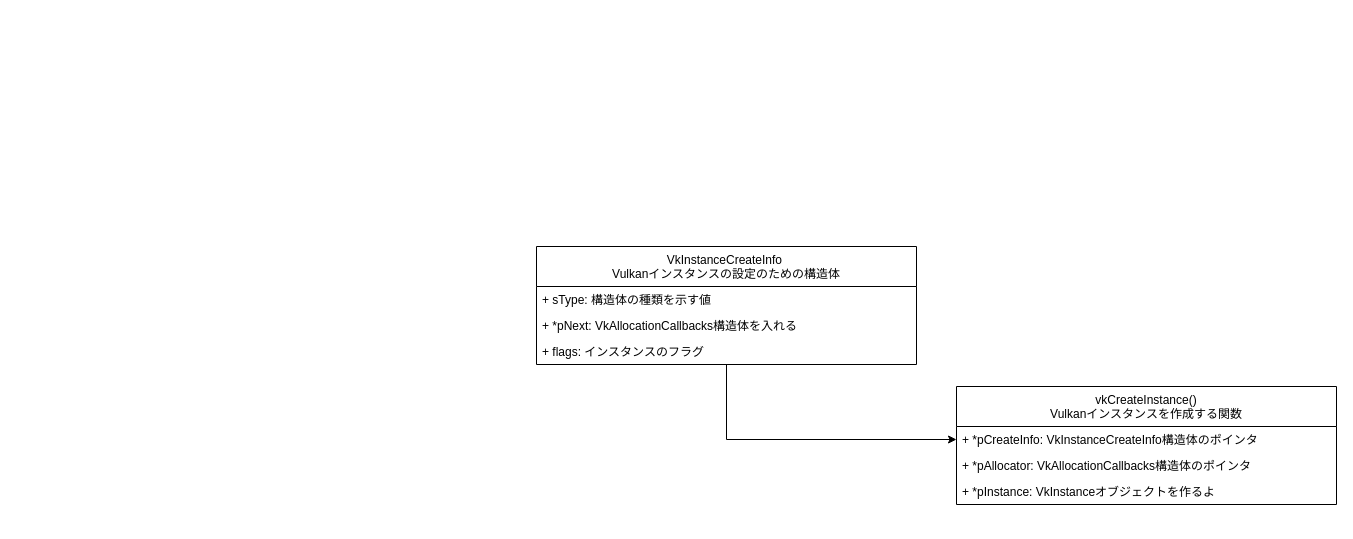
The draw.io diagram vulkan_render.drawio in snamas/vulkan_relation, before the edit. Source tidied: cells renumbered, new cells numbered last; positions are measured from the earlier drawing's top-left corner, leaving out a move shared by most shapes. Both pictures are drawn from the tidied source at 100%, with x=0, y=0 at pixel (536, 246).
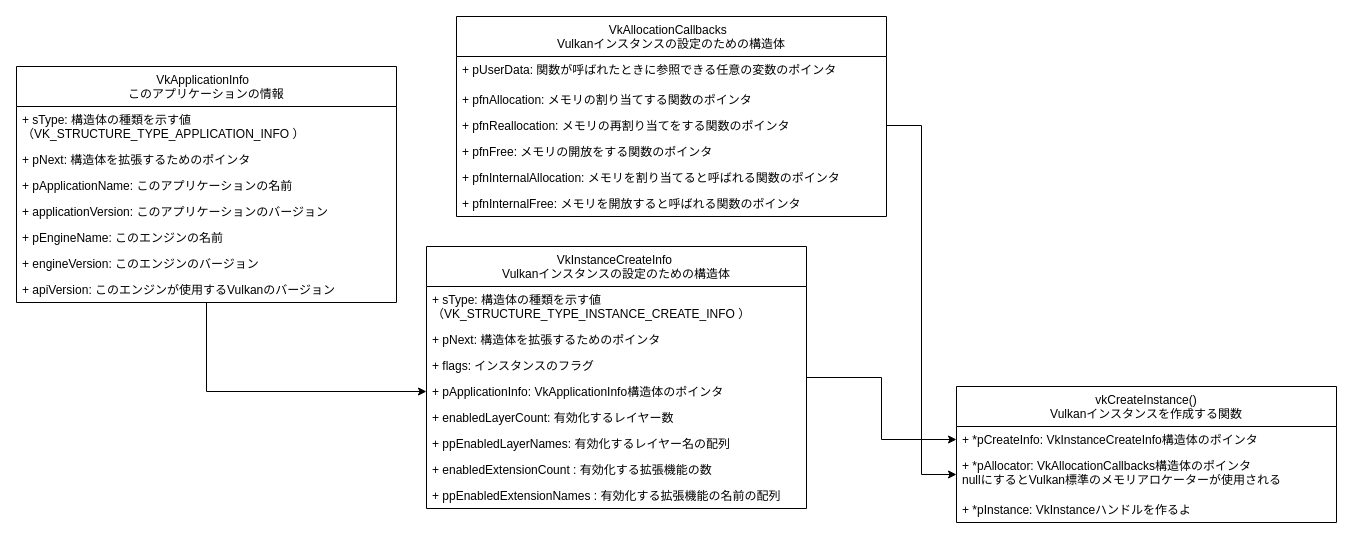
Above is the later version.

The edit, as a diff of the source:
```diff
@@
     <mxCell id="2" value="vkCreateInstance()&#10;Vulkanインスタンスを作成する関数" style="swimlane;fontStyle=0;horizontal=1;startSize=40;fillColor=none;" parent="1" vertex="1">
-      <mxGeometry x="420" y="140" width="380" height="118" as="geometry" />
+      <mxGeometry x="420" y="140" width="380" height="136" as="geometry" />
     </mxCell>
@@
-    <mxCell id="4" value="+ *pAllocator: VkAllocationCallbacks構造体のポインタ" style="text;strokeColor=none;fillColor=none;align=left;verticalAlign=top;spacingLeft=4;spacingRight=4;overflow=hidden;points=[[0,0.5],[1,0.5]];portConstraint=eastwest;" parent="2" vertex="1">
-      <mxGeometry y="66" width="380" height="26" as="geometry" />
+    <mxCell id="4" value="+ *pAllocator: VkAllocationCallbacks構造体のポインタ&#10;nullにするとVulkan標準のメモリアロケーターが使用される" style="text;strokeColor=none;fillColor=none;align=left;verticalAlign=top;spacingLeft=4;spacingRight=4;overflow=hidden;points=[[0,0.5],[1,0.5]];portConstraint=eastwest;" parent="2" vertex="1">
+      <mxGeometry y="66" width="380" height="44" as="geometry" />
     </mxCell>
-    <mxCell id="5" value="+ *pInstance: VkInstanceオブジェクトを作るよ" style="text;strokeColor=none;fillColor=none;align=left;verticalAlign=top;spacingLeft=4;spacingRight=4;overflow=hidden;" parent="2" vertex="1">
-      <mxGeometry y="92" width="380" height="26" as="geometry" />
+    <mxCell id="5" value="+ *pInstance: VkInstanceハンドルを作るよ" style="text;strokeColor=none;fillColor=none;align=left;verticalAlign=top;spacingLeft=4;spacingRight=4;overflow=hidden;" parent="2" vertex="1">
+      <mxGeometry y="110" width="380" height="26" as="geometry" />
     </mxCell>
@@
     <mxCell id="7" value="VkInstanceCreateInfo &#10;Vulkanインスタンスの設定のための構造体" style="swimlane;fontStyle=0;horizontal=1;startSize=40;fillColor=none;" parent="1" vertex="1">
-      <mxGeometry width="380" height="118" as="geometry" />
+      <mxGeometry x="-110" width="380" height="262" as="geometry" />
     </mxCell>
-    <mxCell id="8" value="+ sType: 構造体の種類を示す値" style="text;strokeColor=none;fillColor=none;align=left;verticalAlign=top;spacingLeft=4;spacingRight=4;overflow=hidden;" parent="7" vertex="1">
-      <mxGeometry y="40" width="380" height="26" as="geometry" />
+    <mxCell id="8" value="+ sType: 構造体の種類を示す値&#10;（VK_STRUCTURE_TYPE_INSTANCE_CREATE_INFO ）" style="text;strokeColor=none;fillColor=none;align=left;verticalAlign=top;spacingLeft=4;spacingRight=4;overflow=hidden;" parent="7" vertex="1">
+      <mxGeometry y="40" width="380" height="40" as="geometry" />
     </mxCell>
-    <mxCell id="9" value="+ *pNext: VkAllocationCallbacks構造体を入れる" style="text;strokeColor=none;fillColor=none;align=left;verticalAlign=top;spacingLeft=4;spacingRight=4;overflow=hidden;" parent="7" vertex="1">
-      <mxGeometry y="66" width="380" height="26" as="geometry" />
+    <mxCell id="9" value="+ pNext: 構造体を拡張するためのポインタ" style="text;strokeColor=none;fillColor=none;align=left;verticalAlign=top;spacingLeft=4;spacingRight=4;overflow=hidden;" parent="7" vertex="1">
+      <mxGeometry y="80" width="380" height="26" as="geometry" />
     </mxCell>
+    <mxCell id="11" value="+ flags: インスタンスのフラグ" style="text;strokeColor=none;fillColor=none;align=left;verticalAlign=top;spacingLeft=4;spacingRight=4;overflow=hidden;" parent="7" vertex="1">
+      <mxGeometry y="106" width="380" height="26" as="geometry" />
+    </mxCell>
+    <mxCell id="12" value="+ pApplicationInfo: VkApplicationInfo構造体のポインタ" style="text;strokeColor=none;fillColor=none;align=left;verticalAlign=top;spacingLeft=4;spacingRight=4;overflow=hidden;points=[[0,0.5],[1,0.5]];portConstraint=eastwest;" parent="7" vertex="1">
+      <mxGeometry y="132" width="380" height="26" as="geometry" />
+    </mxCell>
+    <mxCell id="13" value="+ enabledLayerCount: 有効化するレイヤー数" style="text;strokeColor=none;fillColor=none;align=left;verticalAlign=top;spacingLeft=4;spacingRight=4;overflow=hidden;" parent="7" vertex="1">
+      <mxGeometry y="158" width="380" height="26" as="geometry" />
+    </mxCell>
+    <mxCell id="14" value="+ ppEnabledLayerNames: 有効化するレイヤー名の配列" style="text;strokeColor=none;fillColor=none;align=left;verticalAlign=top;spacingLeft=4;spacingRight=4;overflow=hidden;" parent="7" vertex="1">
+      <mxGeometry y="184" width="380" height="26" as="geometry" />
+    </mxCell>
-    <mxCell id="10" value="+ flags: インスタンスのフラグ" style="text;strokeColor=none;fillColor=none;align=left;verticalAlign=top;spacingLeft=4;spacingRight=4;overflow=hidden;" parent="7" vertex="1">
-      <mxGeometry y="92" width="380" height="26" as="geometry" />
+    <mxCell id="10" value="+ enabledExtensionCount : 有効化する拡張機能の数" style="text;strokeColor=none;fillColor=none;align=left;verticalAlign=top;spacingLeft=4;spacingRight=4;overflow=hidden;" parent="7" vertex="1">
+      <mxGeometry y="210" width="380" height="26" as="geometry" />
     </mxCell>
+    <mxCell id="15" value="+ ppEnabledExtensionNames : 有効化する拡張機能の名前の配列" style="text;strokeColor=none;fillColor=none;align=left;verticalAlign=top;spacingLeft=4;spacingRight=4;overflow=hidden;" parent="7" vertex="1">
+      <mxGeometry y="236" width="380" height="26" as="geometry" />
+    </mxCell>
+    <mxCell id="16" style="edgeStyle=orthogonalEdgeStyle;rounded=0;jettySize=auto;html=1;" parent="1" edge="1" source="17" target="12">
+      <mxGeometry relative="1" as="geometry" />
+    </mxCell>
+    <mxCell id="17" value="VkApplicationInfo  &#10;このアプリケーションの情報" style="swimlane;fontStyle=0;horizontal=1;startSize=40;fillColor=none;" parent="1" vertex="1">
+      <mxGeometry x="-520" y="-180" width="380" height="236" as="geometry" />
+    </mxCell>
+    <mxCell id="18" value="+ sType: 構造体の種類を示す値&#10;（VK_STRUCTURE_TYPE_APPLICATION_INFO ）" style="text;strokeColor=none;fillColor=none;align=left;verticalAlign=top;spacingLeft=4;spacingRight=4;overflow=hidden;" parent="17" vertex="1">
+      <mxGeometry y="40" width="380" height="40" as="geometry" />
+    </mxCell>
+    <mxCell id="19" value="+ pNext: 構造体を拡張するためのポインタ" style="text;strokeColor=none;fillColor=none;align=left;verticalAlign=top;spacingLeft=4;spacingRight=4;overflow=hidden;" parent="17" vertex="1">
+      <mxGeometry y="80" width="380" height="26" as="geometry" />
+    </mxCell>
+    <mxCell id="20" value="+ pApplicationName: このアプリケーションの名前" style="text;strokeColor=none;fillColor=none;align=left;verticalAlign=top;spacingLeft=4;spacingRight=4;overflow=hidden;" parent="17" vertex="1">
+      <mxGeometry y="106" width="380" height="26" as="geometry" />
+    </mxCell>
+    <mxCell id="21" value="+ applicationVersion: このアプリケーションのバージョン" style="text;strokeColor=none;fillColor=none;align=left;verticalAlign=top;spacingLeft=4;spacingRight=4;overflow=hidden;" parent="17" vertex="1">
+      <mxGeometry y="132" width="380" height="26" as="geometry" />
+    </mxCell>
+    <mxCell id="22" value="+ pEngineName: このエンジンの名前" style="text;strokeColor=none;fillColor=none;align=left;verticalAlign=top;spacingLeft=4;spacingRight=4;overflow=hidden;" parent="17" vertex="1">
+      <mxGeometry y="158" width="380" height="26" as="geometry" />
+    </mxCell>
+    <mxCell id="23" value="+ engineVersion: このエンジンのバージョン" style="text;strokeColor=none;fillColor=none;align=left;verticalAlign=top;spacingLeft=4;spacingRight=4;overflow=hidden;" parent="17" vertex="1">
+      <mxGeometry y="184" width="380" height="26" as="geometry" />
+    </mxCell>
+    <mxCell id="24" value="+ apiVersion: このエンジンが使用するVulkanのバージョン" style="text;strokeColor=none;fillColor=none;align=left;verticalAlign=top;spacingLeft=4;spacingRight=4;overflow=hidden;" parent="17" vertex="1">
+      <mxGeometry y="210" width="380" height="26" as="geometry" />
+    </mxCell>
+    <mxCell id="25" value="VkAllocationCallbacks  &#10;Vulkanインスタンスの設定のための構造体" style="swimlane;fontStyle=0;horizontal=1;startSize=40;fillColor=none;" parent="1" vertex="1">
+      <mxGeometry x="-80" y="-230" width="430" height="200" as="geometry" />
+    </mxCell>
+    <mxCell id="26" value="+ pUserData: 関数が呼ばれたときに参照できる任意の変数のポインタ" style="text;strokeColor=none;fillColor=none;align=left;verticalAlign=top;spacingLeft=4;spacingRight=4;overflow=hidden;" parent="25" vertex="1">
+      <mxGeometry y="40" width="430" height="30" as="geometry" />
+    </mxCell>
+    <mxCell id="27" value="+ pfnAllocation: メモリの割り当てする関数のポインタ" style="text;strokeColor=none;fillColor=none;align=left;verticalAlign=top;spacingLeft=4;spacingRight=4;overflow=hidden;" parent="25" vertex="1">
+      <mxGeometry y="70" width="430" height="26" as="geometry" />
+    </mxCell>
+    <mxCell id="28" value="+ pfnReallocation: メモリの再割り当てをする関数のポインタ" style="text;strokeColor=none;fillColor=none;align=left;verticalAlign=top;spacingLeft=4;spacingRight=4;overflow=hidden;points=[[0,0.5],[1,0.5]];portConstraint=eastwest;" parent="25" vertex="1">
+      <mxGeometry y="96" width="430" height="26" as="geometry" />
+    </mxCell>
+    <mxCell id="29" value="+ pfnFree: メモリの開放をする関数のポインタ" style="text;strokeColor=none;fillColor=none;align=left;verticalAlign=top;spacingLeft=4;spacingRight=4;overflow=hidden;" parent="25" vertex="1">
+      <mxGeometry y="122" width="430" height="26" as="geometry" />
+    </mxCell>
+    <mxCell id="30" value="+ pfnInternalAllocation: メモリを割り当てると呼ばれる関数のポインタ" style="text;strokeColor=none;fillColor=none;align=left;verticalAlign=top;spacingLeft=4;spacingRight=4;overflow=hidden;" parent="25" vertex="1">
+      <mxGeometry y="148" width="430" height="26" as="geometry" />
+    </mxCell>
+    <mxCell id="31" value="+ pfnInternalFree: メモリを開放すると呼ばれる関数のポインタ" style="text;strokeColor=none;fillColor=none;align=left;verticalAlign=top;spacingLeft=4;spacingRight=4;overflow=hidden;" parent="25" vertex="1">
+      <mxGeometry y="174" width="430" height="26" as="geometry" />
+    </mxCell>
+    <mxCell id="32" style="edgeStyle=orthogonalEdgeStyle;rounded=0;jettySize=auto;html=1;" parent="1" edge="1" source="28" target="4">
+      <mxGeometry relative="1" as="geometry" />
+    </mxCell>
```
